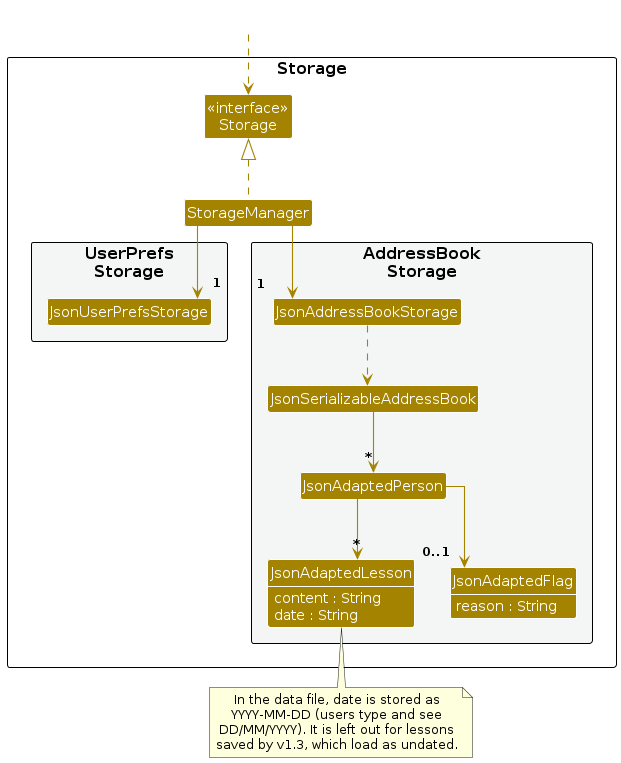
AY2627S1-CS2103T-T11-1/tp keeps this PlantUML diagram as diagrams/StorageClassDiagram.png. Above is the earlier version. Its source is kept beside it as diagrams/StorageClassDiagram.puml.
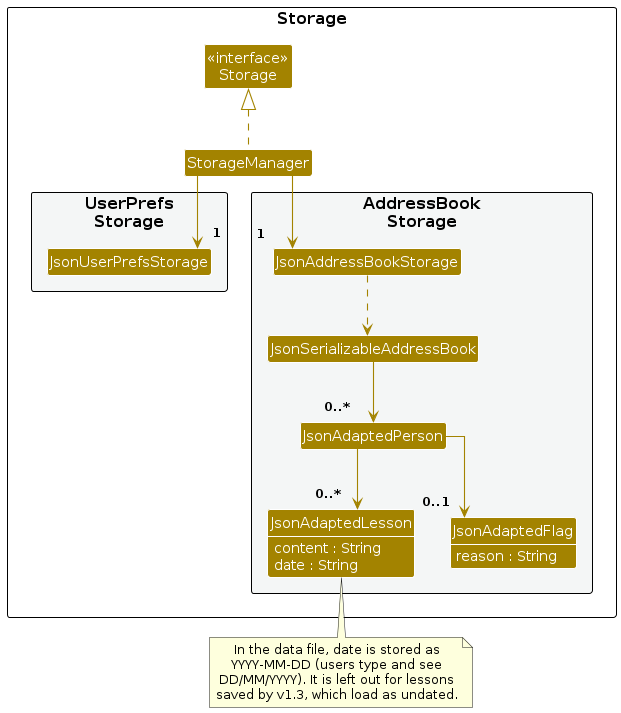
The same diagram one commit later.

What changed in the source:
```diff
@@ -40,16 +40,13 @@
   saved by v1.3, which load as undated.
 end note
 
-Class HiddenOutside #FFFFFF
-HiddenOutside ..> Storage
-
 StorageManager .up.|> Storage
 StorageManager -down-> "1" JsonUserPrefsStorage
 StorageManager -down-> "1" JsonAddressBookStorage
 
 JsonAddressBookStorage ..> JsonSerializableAddressBook
-JsonSerializableAddressBook --> "*" JsonAdaptedPerson
-JsonAdaptedPerson --> "*" JsonAdaptedLesson
+JsonSerializableAddressBook --> "0..*   " JsonAdaptedPerson
+JsonAdaptedPerson --> "0..*   " JsonAdaptedLesson
 JsonAdaptedPerson --> "0..1" JsonAdaptedFlag
 
 @enduml
```
